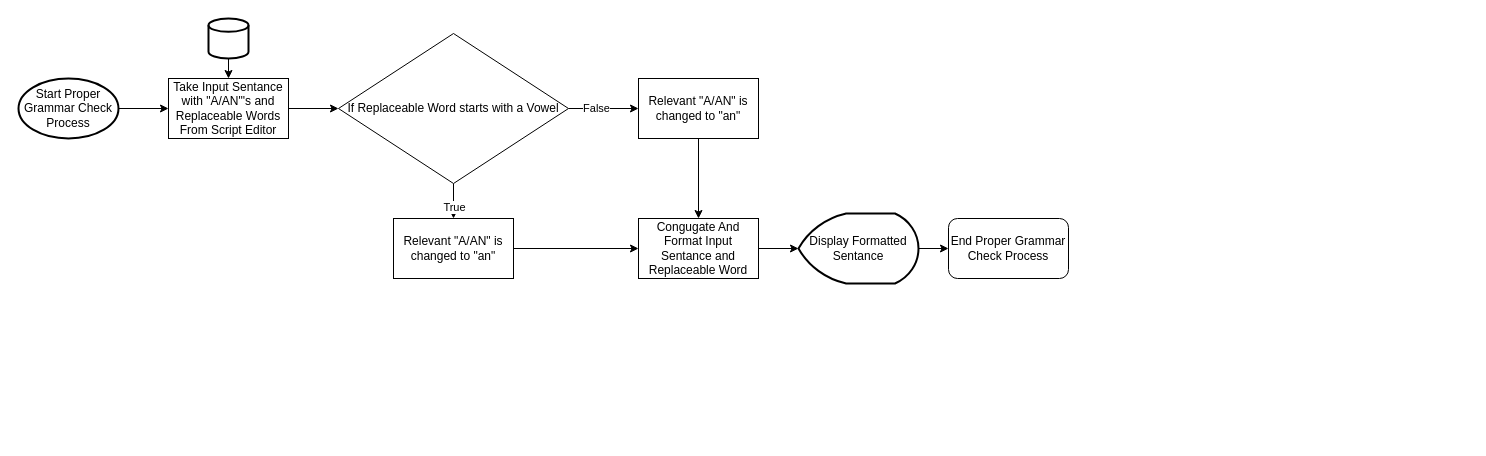
This is Phase2/Flowcharts/modgodToolset/GrammarCheck/ProjectIlmatar_ProperGrammarCheckFunction.drawio from RPG-Research/bcirpg, a draw.io file, before an edit. Source tidied: cells renumbered, new cells numbered last; positions are measured from the earlier drawing's top-left corner, leaving out a move shared by most shapes. Both pictures are drawn from the tidied source at 100%, with x=0, y=0 at pixel (18, 18).
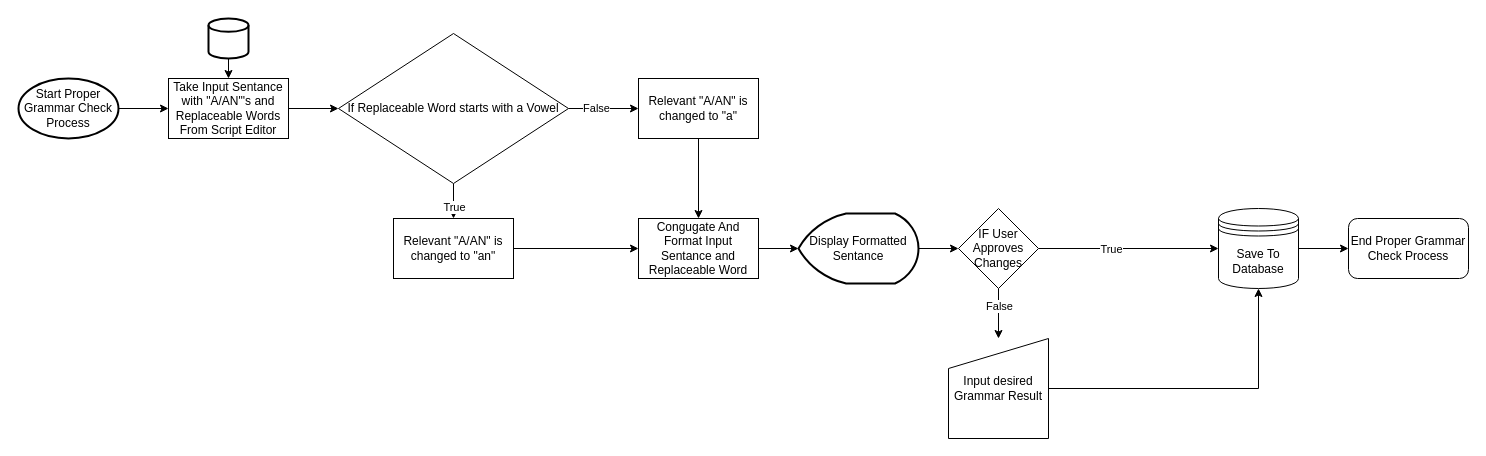
Above is the later version.

Change to the diagram source:
```diff
@@
-    <mxCell id="16" value="Relevant &quot;A/AN&quot; is changed to &quot;an&quot;" style="rounded=0;whiteSpace=wrap;html=1;" parent="1" vertex="1">
+    <mxCell id="16" value="Relevant &quot;A/AN&quot; is changed to &quot;a&quot;" style="rounded=0;whiteSpace=wrap;html=1;" parent="1" vertex="1">
       <mxGeometry x="620" y="60" width="120" height="60" as="geometry" />
     </mxCell>
@@
+    <mxCell id="22" style="edgeStyle=orthogonalEdgeStyle;rounded=0;jettySize=auto;html=1;" parent="1" edge="1" source="21" target="27">
+      <mxGeometry relative="1" as="geometry" />
+    </mxCell>
+    <mxCell id="21" value="Display Formatted Sentance" style="strokeWidth=2;html=1;shape=mxgraph.flowchart.display;whiteSpace=wrap;" parent="1" vertex="1">
+      <mxGeometry x="780" y="195" width="120" height="70" as="geometry" />
+    </mxCell>
+    <mxCell id="23" style="edgeStyle=orthogonalEdgeStyle;rounded=0;jettySize=auto;html=1;exitX=1;exitY=0.5;exitDx=0;exitDy=0;" parent="1" edge="1" source="27" target="31">
+      <mxGeometry relative="1" as="geometry" />
+    </mxCell>
+    <mxCell id="24" value="True" style="edgeLabel;html=1;align=center;verticalAlign=middle;" parent="23" vertex="1">
+      <mxGeometry x="-0.2" relative="1" as="geometry" />
+    </mxCell>
+    <mxCell id="25" style="edgeStyle=orthogonalEdgeStyle;rounded=0;jettySize=auto;html=1;exitX=0.5;exitY=1;exitDx=0;exitDy=0;" parent="1" edge="1" source="27" target="29">
+      <mxGeometry relative="1" as="geometry" />
+    </mxCell>
+    <mxCell id="26" value="False" style="edgeLabel;html=1;align=center;verticalAlign=middle;" parent="25" vertex="1">
+      <mxGeometry x="-0.33" relative="1" as="geometry" />
+    </mxCell>
+    <mxCell id="27" value="IF User Approves&lt;br&gt;Changes" style="rhombus;whiteSpace=wrap;html=1;" parent="1" vertex="1">
+      <mxGeometry x="940" y="190" width="80" height="80" as="geometry" />
+    </mxCell>
+    <mxCell id="28" style="edgeStyle=orthogonalEdgeStyle;rounded=0;jettySize=auto;html=1;entryX=0.5;entryY=1;entryDx=0;entryDy=0;" parent="1" edge="1" source="29" target="31">
+      <mxGeometry relative="1" as="geometry" />
+    </mxCell>
+    <mxCell id="29" value="Input desired Grammar Result" style="shape=manualInput;whiteSpace=wrap;html=1;" parent="1" vertex="1">
+      <mxGeometry x="930" y="320" width="100" height="100" as="geometry" />
+    </mxCell>
     <mxCell id="19" value="End Proper Grammar Check Process" style="rounded=1;whiteSpace=wrap;html=1;" parent="1" vertex="1">
-      <mxGeometry x="930" y="200" width="120" height="60" as="geometry" />
+      <mxGeometry x="1330" y="200" width="120" height="60" as="geometry" />
     </mxCell>
-    <mxCell id="20" style="edgeStyle=orthogonalEdgeStyle;rounded=0;jettySize=auto;html=1;exitX=1;exitY=0.5;exitDx=0;exitDy=0;exitPerimeter=0;" parent="1" edge="1" source="21" target="19">
-      <mxGeometry relative="1" as="geometry" />
-    </mxCell>
-    <mxCell id="21" value="Display Formatted Sentance" style="strokeWidth=2;html=1;shape=mxgraph.flowchart.display;whiteSpace=wrap;" parent="1" vertex="1">
-      <mxGeometry x="780" y="195" width="120" height="70" as="geometry" />
-    </mxCell>
+    <mxCell id="30" style="edgeStyle=orthogonalEdgeStyle;rounded=0;jettySize=auto;html=1;exitX=1;exitY=0.5;exitDx=0;exitDy=0;entryX=0;entryY=0.5;entryDx=0;entryDy=0;" parent="1" edge="1" source="31" target="19">
+      <mxGeometry relative="1" as="geometry" />
+    </mxCell>
+    <mxCell id="31" value="Save To Database" style="shape=datastore;whiteSpace=wrap;html=1;" parent="1" vertex="1">
+      <mxGeometry x="1200" y="190" width="80" height="80" as="geometry" />
+    </mxCell>
```
